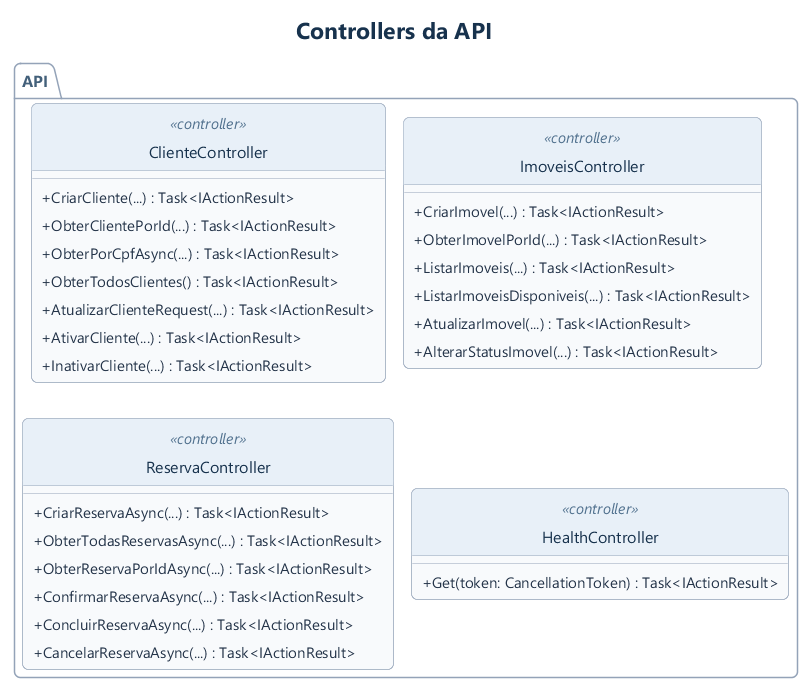
The PlantUML diagram docs/uml/imagens/13-classes-api.png in MurilloKelvin/API-Locacao-de-imoveis, before a commit. Source of this version:
```plantuml
@startuml
!include estilo.iuml
!pragma layout smetana
title Controllers da API
package API {
 class ClienteController <<controller>> {
  +CriarCliente(...) : Task<IActionResult>
  +ObterClientePorId(...) : Task<IActionResult>
  +ObterPorCpfAsync(...) : Task<IActionResult>
  +ObterTodosClientes() : Task<IActionResult>
  +AtualizarClienteRequest(...) : Task<IActionResult>
  +AtivarCliente(...) : Task<IActionResult>
  +InativarCliente(...) : Task<IActionResult>
 }
 class ImoveisController <<controller>> {
  +CriarImovel(...) : Task<IActionResult>
  +ObterImovelPorId(...) : Task<IActionResult>
  +ListarImoveis(...) : Task<IActionResult>
  +ListarImoveisDisponiveis(...) : Task<IActionResult>
  +AtualizarImovel(...) : Task<IActionResult>
  +AlterarStatusImovel(...) : Task<IActionResult>
 }
 class ReservaController <<controller>> {
  +CriarReservaAsync(...) : Task<IActionResult>
  +ObterTodasReservasAsync(...) : Task<IActionResult>
  +ObterReservaPorIdAsync(...) : Task<IActionResult>
  +ConfirmarReservaAsync(...) : Task<IActionResult>
  +ConcluirReservaAsync(...) : Task<IActionResult>
  +CancelarReservaAsync(...) : Task<IActionResult>
 }
 class HealthController <<controller>> {
  +Get(token: CancellationToken) : Task<IActionResult>
 }
}
@enduml
```
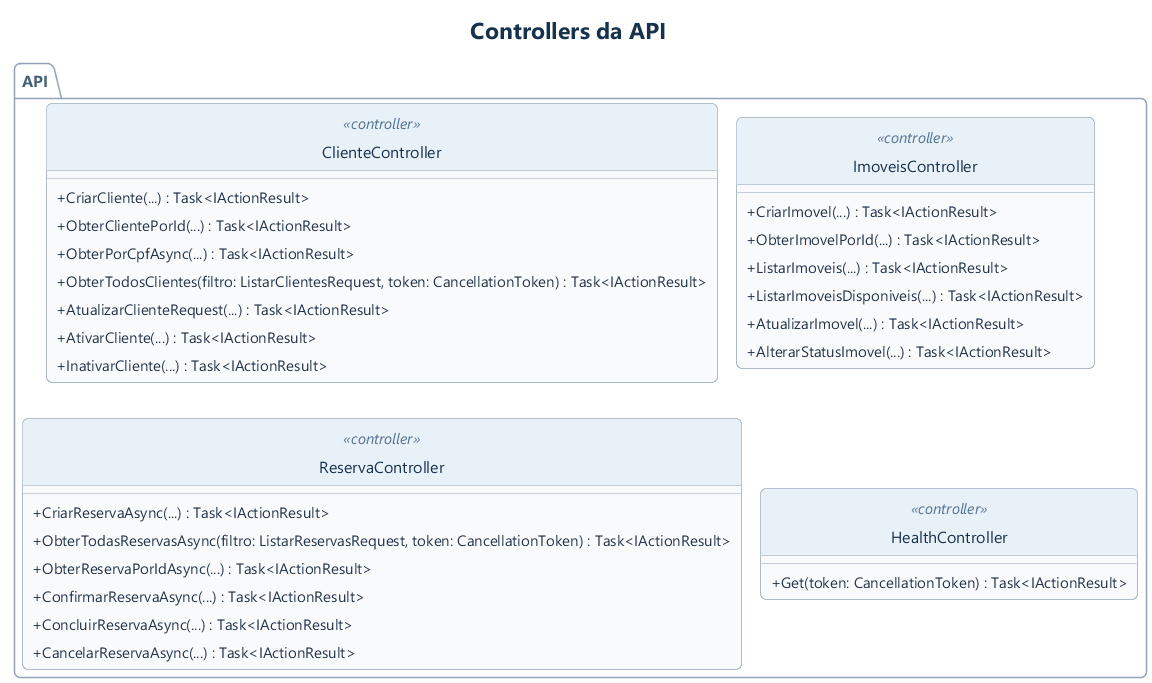
After the commit.

Change to the diagram source:
```diff
@@ -7,7 +7,7 @@
   +CriarCliente(...) : Task<IActionResult>
   +ObterClientePorId(...) : Task<IActionResult>
   +ObterPorCpfAsync(...) : Task<IActionResult>
-  +ObterTodosClientes() : Task<IActionResult>
+  +ObterTodosClientes(filtro: ListarClientesRequest, token: CancellationToken) : Task<IActionResult>
   +AtualizarClienteRequest(...) : Task<IActionResult>
   +AtivarCliente(...) : Task<IActionResult>
   +InativarCliente(...) : Task<IActionResult>
@@ -22,7 +22,7 @@
  }
  class ReservaController <<controller>> {
   +CriarReservaAsync(...) : Task<IActionResult>
-  +ObterTodasReservasAsync(...) : Task<IActionResult>
+  +ObterTodasReservasAsync(filtro: ListarReservasRequest, token: CancellationToken) : Task<IActionResult>
   +ObterReservaPorIdAsync(...) : Task<IActionResult>
   +ConfirmarReservaAsync(...) : Task<IActionResult>
   +ConcluirReservaAsync(...) : Task<IActionResult>
```
